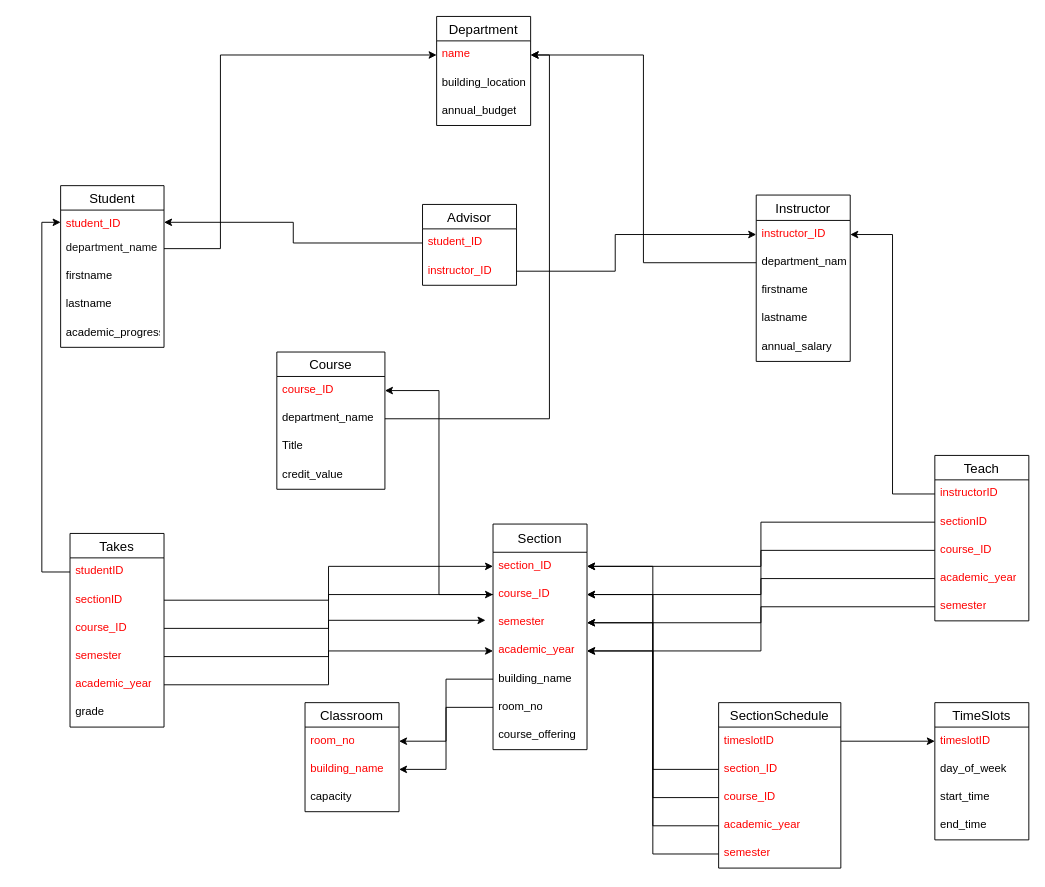
Earlier version of the draw.io diagram Database Structure.drawio (Mahant1245/University-Database-Assignment). Source tidied: cells renumbered, new cells numbered last; positions are measured from the earlier drawing's top-left corner, leaving out a move shared by most shapes. Both pictures are drawn from the tidied source at 94%, with x=0, y=0 at pixel (60, 16).
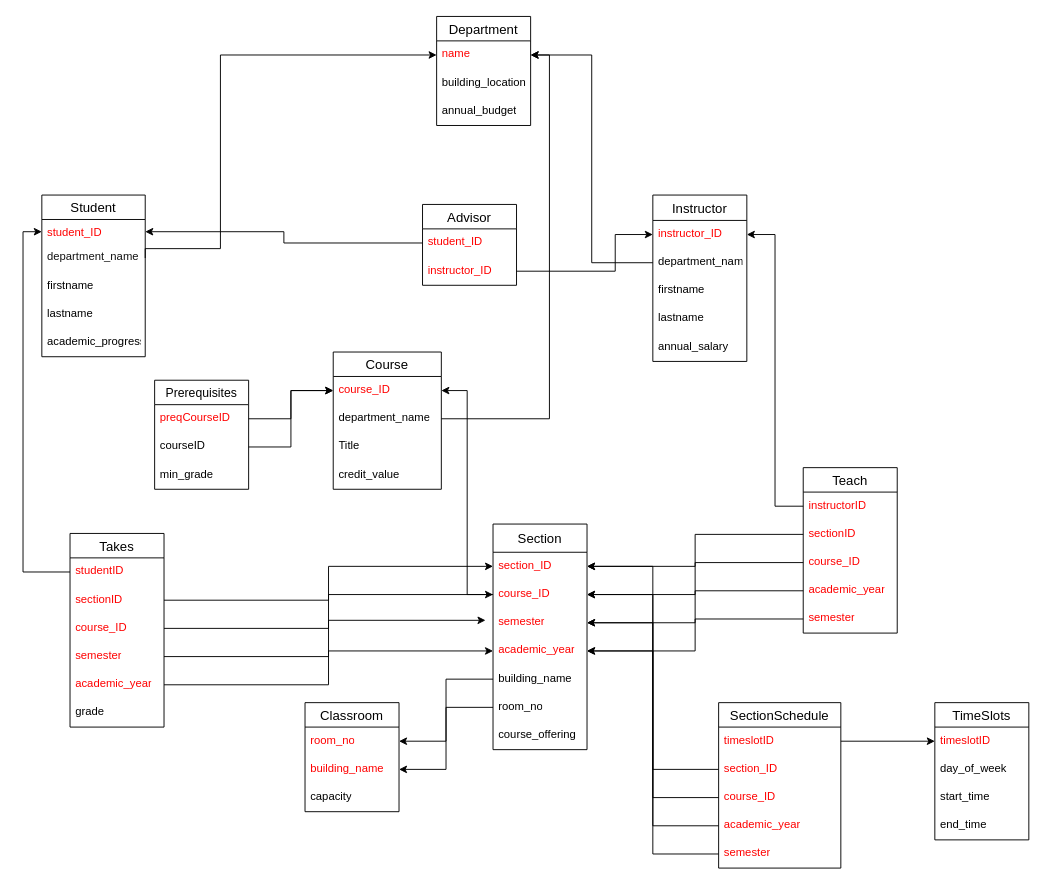
After the change.

Commit message:
Update Database Structure with prerequisite relationship.drawio

The change refers to these unchanged cells:
```xml
<mxCell id="47" value="course_ID" style="text;strokeColor=none;fillColor=none;spacingLeft=4;spacingRight=4;overflow=hidden;points=[[0,0.5],[1,0.5]];portConstraint=eastwest;fontSize=12;whiteSpace=wrap;html=1;fontColor=light-dark(#ff0000, #ededed);" parent="46" vertex="1">
  <mxGeometry y="26" width="115" height="30" as="geometry" />
</mxCell>
```

The edit, as a diff of the source:
```diff
@@
     <mxCell id="2" value="Student" style="swimlane;fontStyle=0;horizontal=1;startSize=26;align=center;fontSize=14;" parent="1" vertex="1">
-      <mxGeometry y="180" width="110" height="172" as="geometry" />
+      <mxGeometry x="-20" y="190" width="110" height="172" as="geometry" />
     </mxCell>
@@
     <mxCell id="30" value="Teach" style="swimlane;fontStyle=0;horizontal=1;startSize=26;align=center;fontSize=14;" parent="1" vertex="1">
-      <mxGeometry x="930" y="467" width="100" height="176" as="geometry" />
+      <mxGeometry x="790" y="480" width="100" height="176" as="geometry" />
     </mxCell>
@@
     <mxCell id="46" value="Course" style="swimlane;fontStyle=0;horizontal=1;startSize=26;align=center;fontSize=14;" parent="1" vertex="1">
-      <mxGeometry x="230" y="357" width="115" height="146" as="geometry" />
+      <mxGeometry x="290" y="357" width="115" height="146" as="geometry" />
     </mxCell>
@@
     <mxCell id="51" value="Instructor" style="swimlane;fontStyle=0;horizontal=1;startSize=27;align=center;fontSize=14;" parent="1" vertex="1">
-      <mxGeometry x="740" y="190" width="100" height="177" as="geometry" />
+      <mxGeometry x="630" y="190" width="100" height="177" as="geometry" />
     </mxCell>
@@
+    <mxCell id="86" value="Prerequisites" style="swimlane;horizontal=1;startSize=26;align=center;fontStyle=0;fontSize=13;" parent="1" vertex="1">
+      <mxGeometry x="100" y="387" width="100" height="116" as="geometry" />
+    </mxCell>
+    <mxCell id="87" value="&lt;font style=&quot;color: rgb(255, 0, 0);&quot;&gt;preqCourseID&lt;/font&gt;" style="text;strokeColor=none;fillColor=none;spacingLeft=4;spacingRight=4;overflow=hidden;points=[[0,0.5],[1,0.5]];portConstraint=eastwest;whiteSpace=wrap;html=1;" parent="86" vertex="1">
+      <mxGeometry y="26" width="100" height="30" as="geometry" />
+    </mxCell>
+    <mxCell id="88" value="courseID" style="text;strokeColor=none;fillColor=none;spacingLeft=4;spacingRight=4;overflow=hidden;points=[[0,0.5],[1,0.5]];portConstraint=eastwest;fontSize=12;whiteSpace=wrap;html=1;" parent="86" vertex="1">
+      <mxGeometry y="56" width="100" height="30" as="geometry" />
+    </mxCell>
+    <mxCell id="89" value="min_grade" style="text;strokeColor=none;fillColor=none;spacingLeft=4;spacingRight=4;overflow=hidden;fontSize=12;whiteSpace=wrap;html=1;" parent="86" vertex="1">
+      <mxGeometry y="86" width="100" height="30" as="geometry" />
+    </mxCell>
+    <mxCell id="90" style="edgeStyle=orthogonalEdgeStyle;rounded=0;jettySize=auto;html=1;exitX=1;exitY=0.5;exitDx=0;exitDy=0;entryX=0;entryY=0.5;entryDx=0;entryDy=0;" parent="1" edge="1" source="87" target="47">
+      <mxGeometry relative="1" as="geometry" />
+    </mxCell>
+    <mxCell id="91" style="edgeStyle=orthogonalEdgeStyle;rounded=0;jettySize=auto;html=1;exitX=1;exitY=0.5;exitDx=0;exitDy=0;entryX=0;entryY=0.5;entryDx=0;entryDy=0;" parent="1" edge="1" source="88" target="47">
+      <mxGeometry relative="1" as="geometry" />
+    </mxCell>
```
